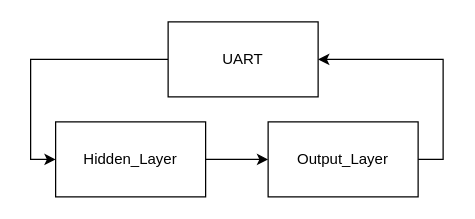
AurelieSa/draw_io keeps this draw.io diagram as network_example.drawio. Above is the earlier version. Source tidied: cells renumbered, new cells numbered last; positions are measured from the earlier drawing's top-left corner, leaving out a move shared by most shapes. Both pictures are drawn from the tidied source at 125%, with x=0, y=0 at pixel (55, 21).
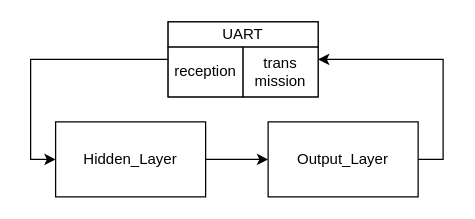
The same page after the edit.

Change to the diagram source:
```diff
@@
 <mxGraphModel>
   <root>
     <mxCell id="0" />
     <mxCell id="1" parent="0" />
-    <mxCell id="2" style="edgeStyle=orthogonalEdgeStyle;rounded=0;jettySize=auto;html=1;exitX=0;exitY=0.5;exitDx=0;exitDy=0;entryX=0;entryY=0.5;entryDx=0;entryDy=0;" parent="1" edge="1" source="3" target="5">
-      <mxGeometry relative="1" as="geometry" />
-    </mxCell>
-    <mxCell id="3" value="UART" style="rounded=0;whiteSpace=wrap;html=1;" parent="1" vertex="1">
-      <mxGeometry x="90" width="120" height="60" as="geometry" />
-    </mxCell>
+    <mxCell id="8" style="rounded=0;whiteSpace=wrap;html=1;" parent="1" vertex="1">
+      <mxGeometry x="90" width="120" height="60" as="geometry" />
+    </mxCell>
     <mxCell id="4" style="edgeStyle=orthogonalEdgeStyle;rounded=0;jettySize=auto;html=1;exitX=1;exitY=0.5;exitDx=0;exitDy=0;entryX=0;entryY=0.5;entryDx=0;entryDy=0;" parent="1" edge="1" source="5" target="7">
       <mxGeometry relative="1" as="geometry" />
     </mxCell>
     <mxCell id="5" value="Hidden_Layer" style="rounded=0;whiteSpace=wrap;html=1;" parent="1" vertex="1">
       <mxGeometry y="80" width="120" height="60" as="geometry" />
     </mxCell>
-    <mxCell id="6" style="edgeStyle=orthogonalEdgeStyle;rounded=0;jettySize=auto;html=1;exitX=1;exitY=0.5;exitDx=0;exitDy=0;entryX=1;entryY=0.5;entryDx=0;entryDy=0;" parent="1" edge="1" source="7" target="3">
-      <mxGeometry relative="1" as="geometry" />
-    </mxCell>
+    <mxCell id="9" style="edgeStyle=orthogonalEdgeStyle;rounded=0;jettySize=auto;html=1;exitX=1;exitY=0.5;exitDx=0;exitDy=0;entryX=1;entryY=0.5;entryDx=0;entryDy=0;" parent="1" edge="1" source="7" target="8">
+      <mxGeometry relative="1" as="geometry" />
+    </mxCell>
     <mxCell id="7" value="Output_Layer" style="rounded=0;whiteSpace=wrap;html=1;" parent="1" vertex="1">
       <mxGeometry x="170" y="80" width="120" height="60" as="geometry" />
     </mxCell>
+    <mxCell id="10" value="reception" style="rounded=0;whiteSpace=wrap;html=1;" parent="1" vertex="1">
+      <mxGeometry x="90" y="20" width="60" height="40" as="geometry" />
+    </mxCell>
+    <mxCell id="11" value="&lt;div&gt;trans&lt;/div&gt;&lt;div&gt;mission&lt;/div&gt;" style="rounded=0;whiteSpace=wrap;html=1;" parent="1" vertex="1">
+      <mxGeometry x="150" y="20" width="60" height="40" as="geometry" />
+    </mxCell>
+    <mxCell id="3" value="UART" style="rounded=0;whiteSpace=wrap;html=1;" parent="1" vertex="1">
+      <mxGeometry x="90" width="120" height="20" as="geometry" />
+    </mxCell>
+    <mxCell id="12" style="edgeStyle=orthogonalEdgeStyle;rounded=0;jettySize=auto;html=1;exitX=0;exitY=0.5;exitDx=0;exitDy=0;entryX=0;entryY=0.5;entryDx=0;entryDy=0;" parent="1" edge="1" source="8" target="5">
+      <mxGeometry relative="1" as="geometry" />
+    </mxCell>
   </root>
 </mxGraphModel>
```
